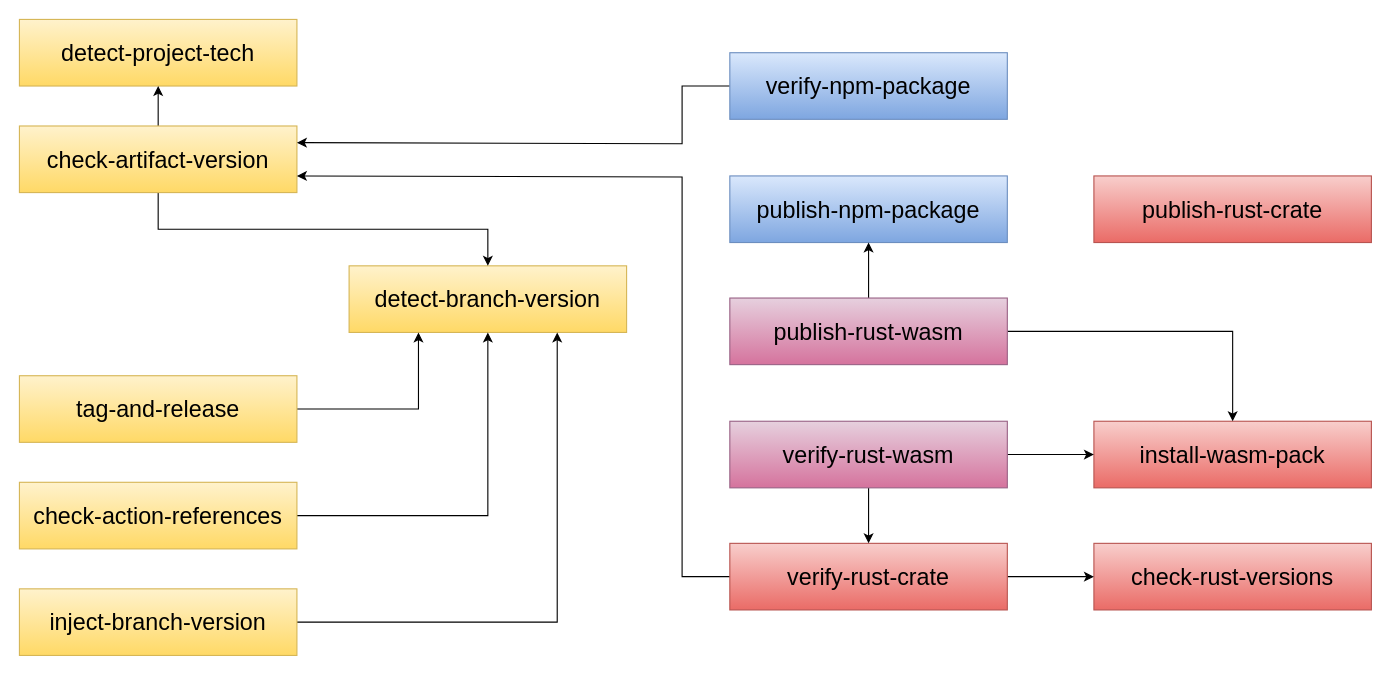
Above: docs/schema.drawio in giancosta86/aurora-github (draw.io), before the change. Source tidied: cells renumbered, new cells numbered last; positions are measured from the earlier drawing's top-left corner, leaving out a move shared by most shapes. Both pictures are drawn from the tidied source at 111%, with x=0, y=0 at pixel (19, 19).
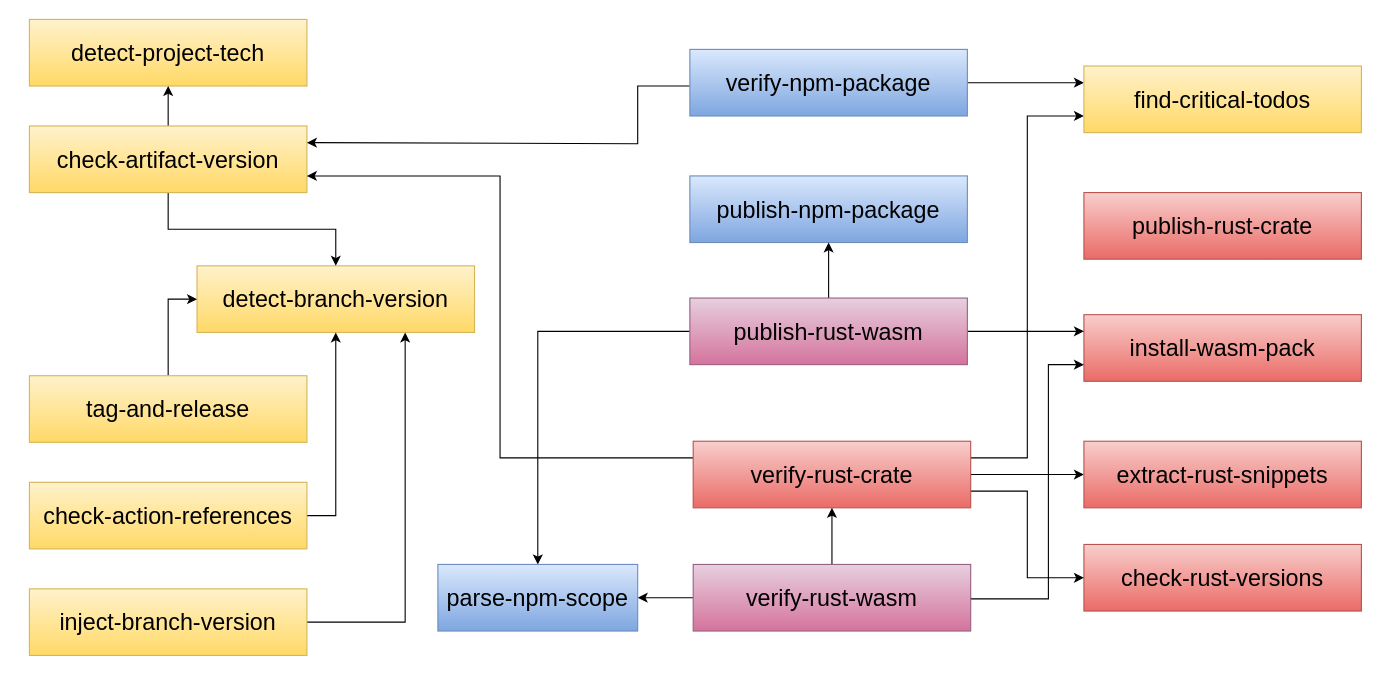
The same diagram, later.

The edit, as a diff of the source:
```diff
@@
     <mxCell id="2" value="&lt;font color=&quot;#000000&quot; style=&quot;font-size: 21px;&quot;&gt;detect-project-tech&lt;/font&gt;" style="rounded=0;whiteSpace=wrap;html=1;fillColor=#fff2cc;gradientColor=#ffd966;strokeColor=#d6b656;fontSize=21;" parent="1" vertex="1">
-      <mxGeometry width="250" height="60" as="geometry" />
+      <mxGeometry x="9" width="250" height="60" as="geometry" />
     </mxCell>
     <mxCell id="3" value="&lt;font color=&quot;#000000&quot; style=&quot;font-size: 21px;&quot;&gt;install-wasm-pack&lt;/font&gt;" style="rounded=0;whiteSpace=wrap;html=1;fillColor=#f8cecc;gradientColor=#ea6b66;strokeColor=#b85450;fontSize=21;" parent="1" vertex="1">
-      <mxGeometry x="968" y="362" width="250" height="60" as="geometry" />
+      <mxGeometry x="959" y="266" width="250" height="60" as="geometry" />
     </mxCell>
     <mxCell id="4" value="&lt;font color=&quot;#000000&quot; style=&quot;font-size: 21px;&quot;&gt;check-rust-versions&lt;/font&gt;" style="rounded=0;whiteSpace=wrap;html=1;fillColor=#f8cecc;gradientColor=#ea6b66;strokeColor=#b85450;fontSize=21;" parent="1" vertex="1">
-      <mxGeometry x="968" y="472" width="250" height="60" as="geometry" />
+      <mxGeometry x="959" y="473" width="250" height="60" as="geometry" />
     </mxCell>
     <mxCell id="5" value="&lt;font color=&quot;#000000&quot; style=&quot;font-size: 21px;&quot;&gt;detect-branch-version&lt;/font&gt;" style="rounded=0;whiteSpace=wrap;html=1;fillColor=#fff2cc;gradientColor=#ffd966;strokeColor=#d6b656;fontSize=21;" parent="1" vertex="1">
-      <mxGeometry x="297" y="222" width="250" height="60" as="geometry" />
+      <mxGeometry x="160" y="222" width="250" height="60" as="geometry" />
     </mxCell>
@@
     <mxCell id="8" value="&lt;font color=&quot;#000000&quot; style=&quot;font-size: 21px;&quot;&gt;check-artifact-version&lt;/font&gt;" style="rounded=0;whiteSpace=wrap;html=1;fillColor=#fff2cc;gradientColor=#ffd966;strokeColor=#d6b656;fontSize=21;" parent="1" vertex="1">
-      <mxGeometry y="96" width="250" height="60" as="geometry" />
+      <mxGeometry x="9" y="96" width="250" height="60" as="geometry" />
     </mxCell>
-    <mxCell id="9" style="edgeStyle=orthogonalEdgeStyle;rounded=0;jettySize=auto;html=1;entryX=0.25;entryY=1;entryDx=0;entryDy=0;" parent="1" edge="1" source="10" target="5">
+    <mxCell id="9" style="edgeStyle=orthogonalEdgeStyle;rounded=0;jettySize=auto;html=1;exitX=0.5;exitY=0;exitDx=0;exitDy=0;entryX=0;entryY=0.5;entryDx=0;entryDy=0;" parent="1" edge="1" source="10" target="5">
       <mxGeometry relative="1" as="geometry" />
     </mxCell>
     <mxCell id="10" value="&lt;font color=&quot;#000000&quot; style=&quot;font-size: 21px;&quot;&gt;tag-and-release&lt;/font&gt;" style="rounded=0;whiteSpace=wrap;html=1;fillColor=#fff2cc;gradientColor=#ffd966;strokeColor=#d6b656;fontSize=21;" parent="1" vertex="1">
-      <mxGeometry y="321" width="250" height="60" as="geometry" />
+      <mxGeometry x="9" y="321" width="250" height="60" as="geometry" />
     </mxCell>
-    <mxCell id="11" style="edgeStyle=orthogonalEdgeStyle;rounded=0;jettySize=auto;html=1;entryX=1;entryY=0.75;entryDx=0;entryDy=0;fontSize=17;" parent="1" edge="1" source="13" target="8">
-      <mxGeometry relative="1" as="geometry">
-        <Array as="points">
-          <mxPoint x="597" y="502" />
-          <mxPoint x="597" y="142" />
-        </Array>
-      </mxGeometry>
+    <mxCell id="11" style="edgeStyle=orthogonalEdgeStyle;rounded=0;jettySize=auto;html=1;exitX=0;exitY=0.25;exitDx=0;exitDy=0;entryX=1;entryY=0.75;entryDx=0;entryDy=0;" parent="1" edge="1" source="13" target="8">
+      <mxGeometry relative="1" as="geometry" />
     </mxCell>
+    <mxCell id="28" style="edgeStyle=orthogonalEdgeStyle;rounded=0;jettySize=auto;html=1;exitX=1;exitY=0.25;exitDx=0;exitDy=0;entryX=0;entryY=0.75;entryDx=0;entryDy=0;" parent="1" edge="1" source="13" target="33">
+      <mxGeometry relative="1" as="geometry" />
+    </mxCell>
+    <mxCell id="29" style="edgeStyle=orthogonalEdgeStyle;rounded=0;jettySize=auto;html=1;exitX=1;exitY=0.5;exitDx=0;exitDy=0;entryX=0;entryY=0.5;entryDx=0;entryDy=0;" parent="1" edge="1" source="13" target="34">
+      <mxGeometry relative="1" as="geometry" />
+    </mxCell>
-    <mxCell id="12" style="edgeStyle=orthogonalEdgeStyle;rounded=0;jettySize=auto;html=1;entryX=0;entryY=0.5;entryDx=0;entryDy=0;fontSize=17;" parent="1" edge="1" source="13" target="4">
+    <mxCell id="12" style="edgeStyle=orthogonalEdgeStyle;rounded=0;jettySize=auto;html=1;exitX=1;exitY=0.75;exitDx=0;exitDy=0;entryX=0;entryY=0.5;entryDx=0;entryDy=0;" parent="1" edge="1" source="13" target="4">
       <mxGeometry relative="1" as="geometry" />
     </mxCell>
     <mxCell id="13" value="&lt;span style=&quot;color: rgb(0, 0, 0);&quot;&gt;verify&lt;/span&gt;&lt;font color=&quot;#000000&quot; style=&quot;font-size: 21px;&quot;&gt;-rust-crate&lt;/font&gt;" style="rounded=0;whiteSpace=wrap;html=1;fillColor=#f8cecc;gradientColor=#ea6b66;strokeColor=#b85450;fontSize=21;" parent="1" vertex="1">
-      <mxGeometry x="640" y="472" width="250" height="60" as="geometry" />
+      <mxGeometry x="607" y="380" width="250" height="60" as="geometry" />
     </mxCell>
     <mxCell id="14" value="&lt;font color=&quot;#000000&quot; style=&quot;font-size: 21px;&quot;&gt;publish-rust-crate&lt;/font&gt;" style="rounded=0;whiteSpace=wrap;html=1;fillColor=#f8cecc;gradientColor=#ea6b66;strokeColor=#b85450;fontSize=21;" parent="1" vertex="1">
-      <mxGeometry x="968" y="141" width="250" height="60" as="geometry" />
+      <mxGeometry x="959" y="156" width="250" height="60" as="geometry" />
     </mxCell>
     <mxCell id="15" style="edgeStyle=orthogonalEdgeStyle;rounded=0;jettySize=auto;html=1;fontSize=17;entryX=1;entryY=0.25;entryDx=0;entryDy=0;" parent="1" edge="1" source="16" target="8">
       <mxGeometry relative="1" as="geometry">
         <Array as="points">
-          <mxPoint x="597" y="60" />
-          <mxPoint x="597" y="112" />
+          <mxPoint x="557" y="60" />
+          <mxPoint x="557" y="112" />
         </Array>
       </mxGeometry>
     </mxCell>
+    <mxCell id="30" style="edgeStyle=orthogonalEdgeStyle;rounded=0;jettySize=auto;html=1;exitX=1;exitY=0.5;exitDx=0;exitDy=0;entryX=0;entryY=0.25;entryDx=0;entryDy=0;" parent="1" edge="1" source="16" target="33">
+      <mxGeometry relative="1" as="geometry" />
+    </mxCell>
     <mxCell id="16" value="&lt;span style=&quot;color: rgb(0, 0, 0);&quot;&gt;verify&lt;/span&gt;&lt;font color=&quot;#000000&quot; style=&quot;font-size: 21px;&quot;&gt;-npm-package&lt;/font&gt;" style="rounded=0;whiteSpace=wrap;html=1;fillColor=#dae8fc;gradientColor=#7ea6e0;strokeColor=#6c8ebf;fontSize=21;" parent="1" vertex="1">
-      <mxGeometry x="640" y="30" width="250" height="60" as="geometry" />
+      <mxGeometry x="604" y="27" width="250" height="60" as="geometry" />
     </mxCell>
     <mxCell id="17" value="&lt;font color=&quot;#000000&quot; style=&quot;font-size: 21px;&quot;&gt;publish-npm-package&lt;/font&gt;" style="rounded=0;whiteSpace=wrap;html=1;fillColor=#dae8fc;gradientColor=#7ea6e0;strokeColor=#6c8ebf;fontSize=21;" parent="1" vertex="1">
-      <mxGeometry x="640" y="141" width="250" height="60" as="geometry" />
+      <mxGeometry x="604" y="141" width="250" height="60" as="geometry" />
     </mxCell>
+    <mxCell id="19" style="edgeStyle=orthogonalEdgeStyle;rounded=0;jettySize=auto;html=1;exitX=0.5;exitY=0;exitDx=0;exitDy=0;entryX=0.5;entryY=1;entryDx=0;entryDy=0;" parent="1" edge="1" source="20" target="13">
+      <mxGeometry relative="1" as="geometry" />
+    </mxCell>
+    <mxCell id="31" style="edgeStyle=orthogonalEdgeStyle;rounded=0;jettySize=auto;html=1;exitX=0;exitY=0.5;exitDx=0;exitDy=0;entryX=1;entryY=0.5;entryDx=0;entryDy=0;" parent="1" edge="1" source="20" target="35">
+      <mxGeometry relative="1" as="geometry" />
+    </mxCell>
-    <mxCell id="18" style="edgeStyle=orthogonalEdgeStyle;rounded=0;jettySize=auto;html=1;exitX=1;exitY=0.5;exitDx=0;exitDy=0;entryX=0;entryY=0.5;entryDx=0;entryDy=0;fontSize=17;" parent="1" edge="1" source="20" target="3">
-      <mxGeometry relative="1" as="geometry" />
+    <mxCell id="18" style="edgeStyle=orthogonalEdgeStyle;rounded=0;jettySize=auto;html=1;exitX=1;exitY=0.5;exitDx=0;exitDy=0;entryX=0;entryY=0.75;entryDx=0;entryDy=0;" parent="1" edge="1" source="20" target="3">
+      <mxGeometry relative="1" as="geometry">
+        <Array as="points">
+          <mxPoint x="927" y="522" />
+          <mxPoint x="927" y="311" />
+        </Array>
+      </mxGeometry>
     </mxCell>
-    <mxCell id="19" style="edgeStyle=orthogonalEdgeStyle;rounded=0;jettySize=auto;html=1;exitX=0.5;exitY=1;exitDx=0;exitDy=0;entryX=0.5;entryY=0;entryDx=0;entryDy=0;fontSize=17;" parent="1" edge="1" source="20" target="13">
-      <mxGeometry relative="1" as="geometry" />
-    </mxCell>
     <mxCell id="20" value="&lt;font color=&quot;#000000&quot; style=&quot;font-size: 21px;&quot;&gt;verify-rust-wasm&lt;/font&gt;" style="rounded=0;whiteSpace=wrap;html=1;fillColor=#e6d0de;strokeColor=#996185;gradientColor=#d5739d;fontSize=21;" parent="1" vertex="1">
-      <mxGeometry x="640" y="362" width="250" height="60" as="geometry" />
+      <mxGeometry x="607" y="491" width="250" height="60" as="geometry" />
     </mxCell>
-    <mxCell id="21" style="edgeStyle=orthogonalEdgeStyle;rounded=0;jettySize=auto;html=1;entryX=0.5;entryY=1;entryDx=0;entryDy=0;" parent="1" edge="1" source="22" target="5">
+    <mxCell id="21" style="edgeStyle=orthogonalEdgeStyle;rounded=0;jettySize=auto;html=1;exitX=1;exitY=0.5;exitDx=0;exitDy=0;entryX=0.5;entryY=1;entryDx=0;entryDy=0;" parent="1" edge="1" source="22" target="5">
       <mxGeometry relative="1" as="geometry" />
     </mxCell>
     <mxCell id="22" value="&lt;font color=&quot;#000000&quot; style=&quot;font-size: 21px;&quot;&gt;check-action-references&lt;/font&gt;" style="rounded=0;whiteSpace=wrap;html=1;fillColor=#fff2cc;strokeColor=#d6b656;fontSize=21;gradientColor=#ffd966;" parent="1" vertex="1">
-      <mxGeometry y="417" width="250" height="60" as="geometry" />
+      <mxGeometry x="9" y="417" width="250" height="60" as="geometry" />
     </mxCell>
@@
-    <mxCell id="24" style="edgeStyle=orthogonalEdgeStyle;rounded=0;jettySize=auto;html=1;exitX=1;exitY=0.5;exitDx=0;exitDy=0;entryX=0.5;entryY=0;entryDx=0;entryDy=0;" parent="1" edge="1" source="25" target="3">
+    <mxCell id="24" style="edgeStyle=orthogonalEdgeStyle;rounded=0;jettySize=auto;html=1;exitX=1;exitY=0.5;exitDx=0;exitDy=0;entryX=0;entryY=0.25;entryDx=0;entryDy=0;" parent="1" edge="1" source="25" target="3">
       <mxGeometry relative="1" as="geometry" />
     </mxCell>
+    <mxCell id="32" style="edgeStyle=orthogonalEdgeStyle;rounded=0;jettySize=auto;html=1;exitX=0;exitY=0.5;exitDx=0;exitDy=0;entryX=0.5;entryY=0;entryDx=0;entryDy=0;" parent="1" edge="1" source="25" target="35">
+      <mxGeometry relative="1" as="geometry" />
+    </mxCell>
     <mxCell id="25" value="&lt;font color=&quot;#000000&quot; style=&quot;font-size: 21px;&quot;&gt;publish-rust-wasm&lt;/font&gt;" style="rounded=0;whiteSpace=wrap;html=1;fillColor=#e6d0de;strokeColor=#996185;gradientColor=#d5739d;fontSize=21;" parent="1" vertex="1">
-      <mxGeometry x="640" y="251" width="250" height="60" as="geometry" />
+      <mxGeometry x="604" y="251" width="250" height="60" as="geometry" />
     </mxCell>
@@
     <mxCell id="27" value="&lt;font color=&quot;#000000&quot; style=&quot;font-size: 21px;&quot;&gt;inject-branch-version&lt;/font&gt;" style="rounded=0;whiteSpace=wrap;html=1;fillColor=#fff2cc;strokeColor=#d6b656;fontSize=21;gradientColor=#ffd966;" parent="1" vertex="1">
-      <mxGeometry y="513" width="250" height="60" as="geometry" />
+      <mxGeometry x="9" y="513" width="250" height="60" as="geometry" />
     </mxCell>
+    <mxCell id="33" value="&lt;font color=&quot;#000000&quot; style=&quot;font-size: 21px;&quot;&gt;find-critical-todos&lt;/font&gt;" style="rounded=0;whiteSpace=wrap;html=1;fillColor=#fff2cc;gradientColor=#ffd966;strokeColor=#d6b656;fontSize=21;" parent="1" vertex="1">
+      <mxGeometry x="959" y="42" width="250" height="60" as="geometry" />
+    </mxCell>
+    <mxCell id="34" value="&lt;font color=&quot;#000000&quot; style=&quot;font-size: 21px;&quot;&gt;extract-rust-snippets&lt;/font&gt;" style="rounded=0;whiteSpace=wrap;html=1;fillColor=#f8cecc;gradientColor=#ea6b66;strokeColor=#b85450;fontSize=21;" parent="1" vertex="1">
+      <mxGeometry x="959" y="380" width="250" height="60" as="geometry" />
+    </mxCell>
+    <mxCell id="35" value="&lt;font color=&quot;#000000&quot; style=&quot;font-size: 21px;&quot;&gt;parse-npm-scope&lt;/font&gt;" style="rounded=0;whiteSpace=wrap;html=1;fillColor=#dae8fc;gradientColor=#7ea6e0;strokeColor=#6c8ebf;fontSize=21;" parent="1" vertex="1">
+      <mxGeometry x="377" y="491" width="180" height="60" as="geometry" />
+    </mxCell>
```
